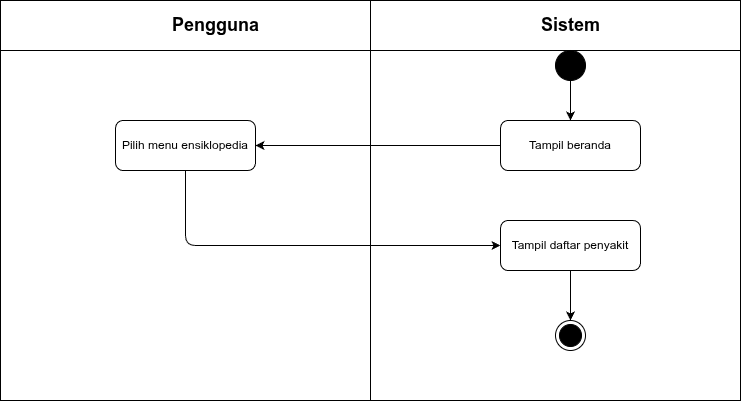
The draw.io diagram diagram/activity/pengguna/lihat-ensiklopedia.png in RajaSunrise/kangkungku, before a commit. Source tidied: cells renumbered, new cells last; positions are measured from the earlier drawing's top-left corner, leaving out a move shared by most shapes. The source it was exported from:
```xml
<mxGraphModel>
  <root>
    <mxCell id="0" />
    <mxCell id="1" parent="0" />
    <mxCell id="2" style="shape=internalStorage;whiteSpace=wrap;html=1;backgroundOutline=1;dx=370;dy=50;" parent="1" vertex="1">
      <mxGeometry width="740" height="400" as="geometry" />
    </mxCell>
    <mxCell id="3" value="Pengguna" style="text;html=1;strokeColor=none;fillColor=none;align=center;verticalAlign=middle;rounded=1;fontSize=18;fontStyle=1;" parent="1" vertex="1">
      <mxGeometry x="165" y="10" width="100" height="30" as="geometry" />
    </mxCell>
    <mxCell id="4" value="Sistem" style="text;html=1;strokeColor=none;fillColor=none;align=center;verticalAlign=middle;rounded=1;fontSize=18;fontStyle=1;" parent="1" vertex="1">
      <mxGeometry x="535" y="10" width="70" height="30" as="geometry" />
    </mxCell>
    <mxCell id="5" style="ellipse;whiteSpace=wrap;html=1;fillColor=#000000;strokeColor=#000000;" parent="1" vertex="1">
      <mxGeometry x="555" y="50" width="30" height="30" as="geometry" />
    </mxCell>
    <mxCell id="6" value="Tampil beranda" style="rounded=1;whiteSpace=wrap;html=1;" parent="1" vertex="1">
      <mxGeometry x="500" y="120" width="140" height="50" as="geometry" />
    </mxCell>
    <mxCell id="7" style="endArrow=classic;html=1;exitX=0.5;exitY=1;entryX=0.5;entryY=0;" parent="1" edge="1" source="5" target="6">
      <mxGeometry relative="1" as="geometry" />
    </mxCell>
    <mxCell id="8" value="Pilih menu ensiklopedia" style="rounded=1;whiteSpace=wrap;html=1;" parent="1" vertex="1">
      <mxGeometry x="115" y="120" width="140" height="50" as="geometry" />
    </mxCell>
    <mxCell id="9" style="endArrow=classic;html=1;exitX=0;exitY=0.5;entryX=1;entryY=0.5;" parent="1" edge="1" source="6" target="8">
      <mxGeometry relative="1" as="geometry" />
    </mxCell>
    <mxCell id="10" value="Tampil daftar penyakit" style="rounded=1;whiteSpace=wrap;html=1;" parent="1" vertex="1">
      <mxGeometry x="500" y="220" width="140" height="50" as="geometry" />
    </mxCell>
    <mxCell id="11" style="endArrow=classic;html=1;exitX=0.5;exitY=1;entryX=0;entryY=0.5;" parent="1" edge="1" source="8" target="10">
      <mxGeometry relative="1" as="geometry">
        <Array as="points">
          <mxPoint x="185" y="245" />
        </Array>
      </mxGeometry>
    </mxCell>
    <mxCell id="12" style="ellipse;html=1;shape=endState;fillColor=#000000;strokeColor=#000000;" parent="1" vertex="1">
      <mxGeometry x="555" y="320" width="30" height="30" as="geometry" />
    </mxCell>
    <mxCell id="13" style="endArrow=classic;html=1;exitX=0.5;exitY=1;entryX=0.5;entryY=0;" parent="1" edge="1" source="10" target="12">
      <mxGeometry relative="1" as="geometry" />
    </mxCell>
  </root>
</mxGraphModel>
```
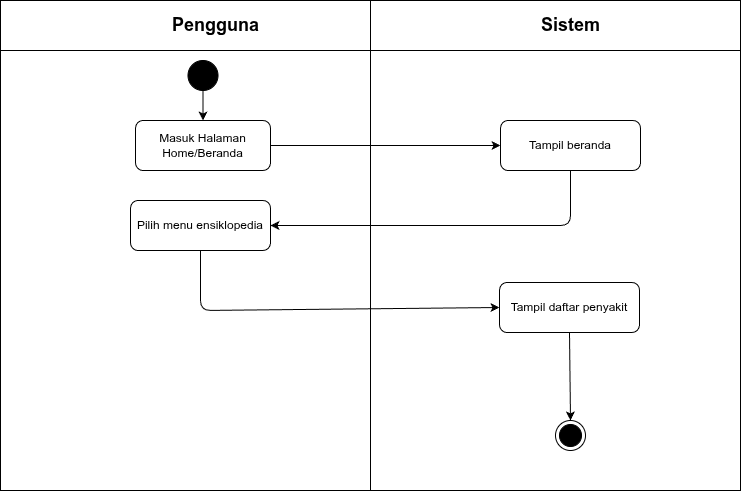
The same file after the commit.

What changed in the source:
```diff
@@ -3,7 +3,7 @@
     <mxCell id="0" />
     <mxCell id="1" parent="0" />
     <mxCell id="2" style="shape=internalStorage;whiteSpace=wrap;html=1;backgroundOutline=1;dx=370;dy=50;" parent="1" vertex="1">
-      <mxGeometry width="740" height="400" as="geometry" />
+      <mxGeometry width="740" height="490" as="geometry" />
     </mxCell>
     <mxCell id="3" value="Pengguna" style="text;html=1;strokeColor=none;fillColor=none;align=center;verticalAlign=middle;rounded=1;fontSize=18;fontStyle=1;" parent="1" vertex="1">
       <mxGeometry x="165" y="10" width="100" height="30" as="geometry" />
@@ -12,35 +12,45 @@
       <mxGeometry x="535" y="10" width="70" height="30" as="geometry" />
     </mxCell>
     <mxCell id="5" style="ellipse;whiteSpace=wrap;html=1;fillColor=#000000;strokeColor=#000000;" parent="1" vertex="1">
-      <mxGeometry x="555" y="50" width="30" height="30" as="geometry" />
+      <mxGeometry x="187.5" y="60" width="30" height="30" as="geometry" />
     </mxCell>
     <mxCell id="6" value="Tampil beranda" style="rounded=1;whiteSpace=wrap;html=1;" parent="1" vertex="1">
       <mxGeometry x="500" y="120" width="140" height="50" as="geometry" />
     </mxCell>
-    <mxCell id="7" style="endArrow=classic;html=1;exitX=0.5;exitY=1;entryX=0.5;entryY=0;" parent="1" edge="1" source="5" target="6">
+    <mxCell id="7" style="endArrow=classic;html=1;exitX=0.5;exitY=1;entryX=0.5;entryY=0;entryDx=0;entryDy=0;" parent="1" edge="1" source="5" target="14">
       <mxGeometry relative="1" as="geometry" />
     </mxCell>
     <mxCell id="8" value="Pilih menu ensiklopedia" style="rounded=1;whiteSpace=wrap;html=1;" parent="1" vertex="1">
-      <mxGeometry x="115" y="120" width="140" height="50" as="geometry" />
+      <mxGeometry x="130" y="200" width="140" height="50" as="geometry" />
     </mxCell>
-    <mxCell id="9" style="endArrow=classic;html=1;exitX=0;exitY=0.5;entryX=1;entryY=0.5;" parent="1" edge="1" source="6" target="8">
-      <mxGeometry relative="1" as="geometry" />
+    <mxCell id="9" style="endArrow=classic;html=1;exitX=0.5;exitY=1;entryX=1;entryY=0.5;exitDx=0;exitDy=0;" parent="1" edge="1" source="6" target="8">
+      <mxGeometry relative="1" as="geometry">
+        <Array as="points">
+          <mxPoint x="570" y="225" />
+        </Array>
+      </mxGeometry>
     </mxCell>
     <mxCell id="10" value="Tampil daftar penyakit" style="rounded=1;whiteSpace=wrap;html=1;" parent="1" vertex="1">
-      <mxGeometry x="500" y="220" width="140" height="50" as="geometry" />
+      <mxGeometry x="499" y="282" width="140" height="50" as="geometry" />
     </mxCell>
     <mxCell id="11" style="endArrow=classic;html=1;exitX=0.5;exitY=1;entryX=0;entryY=0.5;" parent="1" edge="1" source="8" target="10">
       <mxGeometry relative="1" as="geometry">
         <Array as="points">
-          <mxPoint x="185" y="245" />
+          <mxPoint x="200" y="310" />
         </Array>
       </mxGeometry>
     </mxCell>
     <mxCell id="12" style="ellipse;html=1;shape=endState;fillColor=#000000;strokeColor=#000000;" parent="1" vertex="1">
-      <mxGeometry x="555" y="320" width="30" height="30" as="geometry" />
+      <mxGeometry x="555" y="420" width="30" height="30" as="geometry" />
     </mxCell>
     <mxCell id="13" style="endArrow=classic;html=1;exitX=0.5;exitY=1;entryX=0.5;entryY=0;" parent="1" edge="1" source="10" target="12">
       <mxGeometry relative="1" as="geometry" />
     </mxCell>
+    <mxCell id="14" value="Masuk Halaman Home/Beranda" style="rounded=1;whiteSpace=wrap;html=1;" parent="1" vertex="1">
+      <mxGeometry x="135" y="120" width="135" height="50" as="geometry" />
+    </mxCell>
+    <mxCell id="15" style="endArrow=classic;html=1;exitX=1;exitY=0.5;exitDx=0;exitDy=0;entryX=0;entryY=0.5;entryDx=0;entryDy=0;" parent="1" edge="1" source="14" target="6">
+      <mxGeometry relative="1" as="geometry" />
+    </mxCell>
   </root>
 </mxGraphModel>
```
